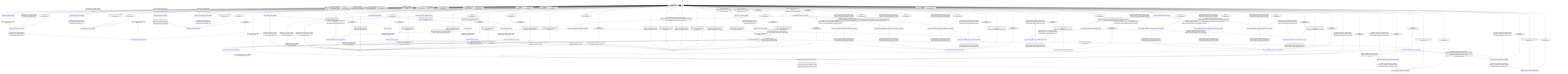
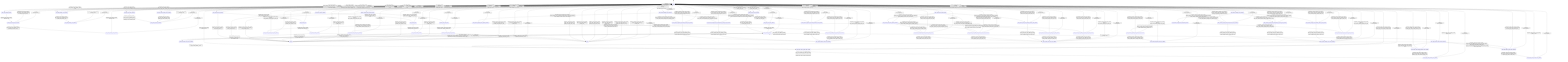
stateDiagram-v2
  direction TB
  [*] --> ready
  ready --> state_bind_storage_decision : bind_storage_runtime [guard_storage_bind_valid_without_mmap_resident_] / effect_bind_storage_
  ready --> state_bind_storage_error_decision : bind_storage_runtime [storage_bind_invalid_] / record_bind_storage_invalid_request_
  ready --> state_bind_storage_error_decision : bind_storage_runtime [guard_storage_bind_valid_with_mmap_resident_] / record_bind_storage_invalid_request_
  state_bind_storage_decision --> state_bind_storage_done_decision : completion_bind_storage_runtime_ [always] / none
  state_bind_storage_done_decision --> state_bind_storage_done_callback : completion_bind_storage_runtime_ [bind_storage_done_callback_present_] / publish_bind_storage_done_
  state_bind_storage_done_decision --> ready : completion_bind_storage_runtime_ [bind_storage_done_callback_absent_] / record_bind_storage_done_
  state_bind_storage_done_callback --> ready : completion_bind_storage_runtime_ [always] / none
  state_bind_storage_error_decision --> state_bind_storage_error_callback : completion_bind_storage_runtime_ [bind_storage_error_callback_present_] / publish_bind_storage_error_
  state_bind_storage_error_decision --> ready : completion_bind_storage_runtime_ [bind_storage_error_callback_absent_] / none
  state_bind_storage_error_callback --> ready : completion_bind_storage_runtime_ [always] / none
  state_awaiting_effects --> state_bind_storage_busy_error_callback : bind_storage_runtime [bind_storage_error_callback_present_] / publish_bind_storage_error_
  state_awaiting_effects --> state_awaiting_effects : bind_storage_runtime [bind_storage_error_callback_absent_] / record_bind_storage_invalid_request_
  state_bind_storage_busy_error_callback --> state_awaiting_effects : completion_bind_storage_runtime_ [always] / none
  ready --> state_plan_load_done_decision : plan_load_runtime [plan_load_valid_without_io_strategy_] / effect_plan_load_
  ready --> state_plan_load_done_decision : plan_load_runtime [plan_load_valid_with_io_strategy_] / effect_plan_io_load_
  ready --> state_plan_load_error_decision : plan_load_runtime [plan_load_invalid_request_] / none
  ready --> state_plan_load_capacity_error_decision : plan_load_runtime [plan_load_invalid_capacity_] / none
  state_plan_load_done_decision --> state_plan_load_done_callback : completion_plan_load_runtime_ [plan_load_done_callback_present_] / publish_plan_load_done_
  state_plan_load_done_decision --> state_awaiting_effects : completion_plan_load_runtime_ [plan_load_done_callback_absent_] / record_plan_load_done_
  state_plan_load_done_callback --> state_awaiting_effects : completion_plan_load_runtime_ [always] / none
  state_plan_load_error_decision --> state_plan_load_error_callback : completion_plan_load_runtime_ [plan_load_error_callback_present_] / publish_plan_load_invalid_request_
  state_plan_load_error_decision --> ready : completion_plan_load_runtime_ [plan_load_error_callback_absent_] / record_plan_load_invalid_request_
  state_plan_load_capacity_error_decision --> state_plan_load_error_callback : completion_plan_load_runtime_ [plan_load_error_callback_present_] / publish_plan_load_capacity_error_
  state_plan_load_capacity_error_decision --> ready : completion_plan_load_runtime_ [plan_load_error_callback_absent_] / record_plan_load_capacity_error_
  state_plan_load_error_callback --> ready : completion_plan_load_runtime_ [always] / none
  state_awaiting_effects --> state_apply_effect_results_request_decision : apply_effect_results_runtime [always] / none
  state_apply_effect_results_request_decision --> state_apply_effect_results_error_decision : completion_apply_effect_results_runtime_ [apply_results_invalid_] / none
  state_apply_effect_results_request_decision --> state_apply_effect_results_backend_error_decision : completion_apply_effect_results_runtime_ [apply_results_valid_with_effect_errors_] / none
  state_apply_effect_results_request_decision --> state_apply_effect_results_done_decision : completion_apply_effect_results_runtime_ [apply_results_valid_without_effect_errors_without_record_output_] / effect_apply_results_
  state_apply_effect_results_request_decision --> state_apply_effect_results_done_decision : completion_apply_effect_results_runtime_ [apply_results_valid_without_effect_errors_with_record_output_] / effect_apply_results_with_record_output_
  ready --> state_apply_effect_results_error_decision : apply_effect_results_runtime [always] / none
  state_apply_effect_results_done_decision --> state_apply_effect_results_done_callback : completion_apply_effect_results_runtime_ [apply_effect_results_done_callback_present_] / publish_apply_effect_results_done_
  state_apply_effect_results_done_decision --> ready : completion_apply_effect_results_runtime_ [apply_effect_results_done_callback_absent_] / record_apply_effect_results_done_
  state_apply_effect_results_done_callback --> ready : completion_apply_effect_results_runtime_ [always] / none
  state_apply_effect_results_error_decision --> state_apply_effect_results_error_callback : completion_apply_effect_results_runtime_ [apply_effect_results_error_callback_present_] / publish_apply_effect_results_invalid_request_
  state_apply_effect_results_error_decision --> ready : completion_apply_effect_results_runtime_ [apply_effect_results_error_callback_absent_] / record_apply_effect_results_invalid_request_
  state_apply_effect_results_backend_error_decision --> state_apply_effect_results_error_callback : completion_apply_effect_results_runtime_ [apply_effect_results_error_callback_present_] / publish_apply_effect_results_backend_error_
  state_apply_effect_results_backend_error_decision --> ready : completion_apply_effect_results_runtime_ [apply_effect_results_error_callback_absent_] / record_apply_effect_results_backend_error_
  state_apply_effect_results_error_callback --> ready : completion_apply_effect_results_runtime_ [always] / none
  ready --> bind_tensor_request_decision : bind_tensor_runtime [always] / begin_bind_tensor_
  bind_tensor_request_decision --> bind_tensor_exec : completion_bind_tensor_runtime_ [bind_tensor_request_valid_] / none
  bind_tensor_request_decision --> errored : completion_bind_tensor_runtime_ [bind_tensor_request_invalid_] / mark_invalid_request_
  bind_tensor_exec --> bind_tensor_result_decision : completion_bind_tensor_runtime_ [always] / exec_bind_tensor_
  bind_tensor_result_decision --> done : completion_bind_tensor_runtime_ [operation_succeeded_] / none
  bind_tensor_result_decision --> errored : completion_bind_tensor_runtime_ [operation_not_dispatched_] / mark_invalid_request_
  ready --> evict_tensor_request_decision : evict_tensor_runtime [always] / begin_evict_tensor_
  evict_tensor_request_decision --> evict_tensor_exec : completion_evict_tensor_runtime_ [evict_tensor_request_valid_] / none
  evict_tensor_request_decision --> errored : completion_evict_tensor_runtime_ [evict_tensor_request_invalid_] / mark_invalid_request_
  evict_tensor_exec --> evict_tensor_result_decision : completion_evict_tensor_runtime_ [always] / exec_evict_tensor_
  evict_tensor_result_decision --> done : completion_evict_tensor_runtime_ [operation_succeeded_] / none
  evict_tensor_result_decision --> errored : completion_evict_tensor_runtime_ [operation_not_dispatched_] / mark_invalid_request_
  ready --> capture_tensor_state_request_decision : capture_tensor_state_runtime [always] / begin_capture_tensor_state_
  capture_tensor_state_request_decision --> capture_tensor_state_exec : completion_capture_tensor_state_runtime_ [capture_tensor_state_request_valid_] / none
  capture_tensor_state_request_decision --> errored : completion_capture_tensor_state_runtime_ [capture_tensor_state_request_invalid_] / mark_invalid_request_
  capture_tensor_state_exec --> capture_tensor_state_result_decision : completion_capture_tensor_state_runtime_ [always] / exec_capture_tensor_state_
  capture_tensor_state_result_decision --> done : completion_capture_tensor_state_runtime_ [operation_succeeded_] / none
  capture_tensor_state_result_decision --> errored : completion_capture_tensor_state_runtime_ [operation_not_dispatched_] / mark_invalid_request_
  done --> ready : completion_bind_tensor_runtime_ [error_code_output_present_] / publish_done_with_error_code_
  done --> ready : completion_bind_tensor_runtime_ [error_code_output_absent_] / publish_done_
  errored --> ready : completion_bind_tensor_runtime_ [error_code_output_present_] / publish_error_with_error_code_
  errored --> ready : completion_bind_tensor_runtime_ [error_code_output_absent_] / publish_error_
  done --> ready : completion_evict_tensor_runtime_ [error_code_output_present_] / publish_done_with_error_code_
  done --> ready : completion_evict_tensor_runtime_ [error_code_output_absent_] / publish_done_
  errored --> ready : completion_evict_tensor_runtime_ [error_code_output_present_] / publish_error_with_error_code_
  errored --> ready : completion_evict_tensor_runtime_ [error_code_output_absent_] / publish_error_
  done --> ready : completion_capture_tensor_state_runtime_ [error_code_output_present_] / publish_done_with_error_code_
  done --> ready : completion_capture_tensor_state_runtime_ [error_code_output_absent_] / publish_done_
  errored --> ready : completion_capture_tensor_state_runtime_ [error_code_output_present_] / publish_error_with_error_code_
  errored --> ready : completion_capture_tensor_state_runtime_ [error_code_output_absent_] / publish_error_
  ready --> state_request_mapped_load_decision : request_mapped_load_runtime [always] / effect_begin_request_mapped_load_
  state_request_mapped_load_decision --> state_request_mapped_load_unsupported_io_mmap_error_decision : completion_request_mapped_load_runtime_ [request_mapped_load_io_mmap_absent_] / effect_mark_request_mapped_load_unsupported_io_mmap_
  state_request_mapped_load_decision --> state_request_mapped_load_invalid_request_error_decision : completion_request_mapped_load_runtime_ [request_mapped_load_io_mmap_present_request_invalid_] / effect_mark_request_mapped_load_invalid_request_
  state_request_mapped_load_decision --> state_request_mapped_load_already_resident_error_decision : completion_request_mapped_load_runtime_ [request_mapped_load_io_mmap_present_request_valid_already_resident_] / effect_mark_request_mapped_load_tensor_already_resident_
  state_request_mapped_load_decision --> state_request_mapped_load_dispatch_decision : completion_request_mapped_load_runtime_ [request_mapped_load_io_mmap_present_request_valid_tensor_unbound_] / effect_attempt_request_mapped_load_dispatch_
  state_request_mapped_load_dispatch_decision --> state_request_mapped_load_done_callback : completion_request_mapped_load_runtime_ [request_mapped_load_io_mmap_succeeded_] / effect_commit_request_mapped_load_
  state_request_mapped_load_dispatch_decision --> state_request_mapped_load_io_mmap_error_decision : completion_request_mapped_load_runtime_ [request_mapped_load_io_mmap_failed_] / effect_mark_request_mapped_load_io_mmap_failed_
  state_request_mapped_load_done_callback --> ready : completion_request_mapped_load_runtime_ [always] / effect_publish_request_mapped_load_done_
  state_request_mapped_load_invalid_request_error_decision --> state_request_mapped_load_error_callback : completion_request_mapped_load_runtime_ [request_mapped_load_error_callback_present_] / effect_publish_request_mapped_load_error_
  state_request_mapped_load_invalid_request_error_decision --> ready : completion_request_mapped_load_runtime_ [request_mapped_load_error_callback_absent_] / effect_record_request_mapped_load_error_
  state_request_mapped_load_unsupported_io_mmap_error_decision --> state_request_mapped_load_error_callback : completion_request_mapped_load_runtime_ [request_mapped_load_error_callback_present_] / effect_publish_request_mapped_load_error_
  state_request_mapped_load_unsupported_io_mmap_error_decision --> ready : completion_request_mapped_load_runtime_ [request_mapped_load_error_callback_absent_] / effect_record_request_mapped_load_error_
  state_request_mapped_load_already_resident_error_decision --> state_request_mapped_load_error_callback : completion_request_mapped_load_runtime_ [request_mapped_load_error_callback_present_] / effect_publish_request_mapped_load_error_
  state_request_mapped_load_already_resident_error_decision --> ready : completion_request_mapped_load_runtime_ [request_mapped_load_error_callback_absent_] / effect_record_request_mapped_load_error_
  state_request_mapped_load_io_mmap_error_decision --> state_request_mapped_load_error_callback : completion_request_mapped_load_runtime_ [request_mapped_load_error_callback_present_] / effect_publish_request_mapped_load_error_
  state_request_mapped_load_io_mmap_error_decision --> ready : completion_request_mapped_load_runtime_ [request_mapped_load_error_callback_absent_] / effect_record_request_mapped_load_error_
  state_request_mapped_load_error_callback --> ready : completion_request_mapped_load_runtime_ [always] / effect_record_request_mapped_load_error_
+   ready --> state_request_read_load_decision : request_read_load_runtime [always] / effect_begin_request_read_load_
+   state_request_read_load_decision --> state_request_read_load_unsupported_io_read_error_decision : completion_request_read_load_runtime_ [request_read_load_io_read_absent_] / effect_mark_request_read_load_unsupported_io_read_
+   state_request_read_load_decision --> state_request_read_load_invalid_request_error_decision : completion_request_read_load_runtime_ [request_read_load_io_read_present_request_invalid_] / effect_mark_request_read_load_invalid_request_
+   state_request_read_load_decision --> state_request_read_load_already_resident_error_decision : completion_request_read_load_runtime_ [request_read_load_io_read_present_request_valid_already_resident_] / effect_mark_request_read_load_tensor_already_resident_
+   state_request_read_load_decision --> state_request_read_load_dispatch_decision : completion_request_read_load_runtime_ [request_read_load_io_read_present_request_valid_tensor_unbound_] / effect_attempt_request_read_load_dispatch_
+   state_request_read_load_dispatch_decision --> state_request_read_load_done_callback : completion_request_read_load_runtime_ [request_read_load_io_read_succeeded_] / effect_commit_request_read_load_
+   state_request_read_load_dispatch_decision --> state_request_read_load_invalid_request_error_decision : completion_request_read_load_runtime_ [request_read_load_io_read_invalid_request_] / effect_mark_request_read_load_invalid_request_
+   state_request_read_load_dispatch_decision --> state_request_read_load_unsupported_io_read_error_decision : completion_request_read_load_runtime_ [request_read_load_io_read_unsupported_] / effect_mark_request_read_load_unsupported_io_read_
+   state_request_read_load_dispatch_decision --> state_request_read_load_io_read_file_open_error_decision : completion_request_read_load_runtime_ [request_read_load_io_read_file_open_failed_] / effect_mark_request_read_load_io_read_failed_
+   state_request_read_load_dispatch_decision --> state_request_read_load_io_read_file_read_error_decision : completion_request_read_load_runtime_ [request_read_load_io_read_file_read_or_other_failed_] / effect_mark_request_read_load_io_read_failed_
+   state_request_read_load_done_callback --> ready : completion_request_read_load_runtime_ [always] / effect_publish_request_read_load_done_
+   state_request_read_load_invalid_request_error_decision --> state_request_read_load_error_callback : completion_request_read_load_runtime_ [request_read_load_error_callback_present_] / effect_publish_request_read_load_error_
+   state_request_read_load_invalid_request_error_decision --> ready : completion_request_read_load_runtime_ [request_read_load_error_callback_absent_] / effect_record_request_read_load_error_
+   state_request_read_load_unsupported_io_read_error_decision --> state_request_read_load_error_callback : completion_request_read_load_runtime_ [request_read_load_error_callback_present_] / effect_publish_request_read_load_error_
+   state_request_read_load_unsupported_io_read_error_decision --> ready : completion_request_read_load_runtime_ [request_read_load_error_callback_absent_] / effect_record_request_read_load_error_
+   state_request_read_load_already_resident_error_decision --> state_request_read_load_error_callback : completion_request_read_load_runtime_ [request_read_load_error_callback_present_] / effect_publish_request_read_load_error_
+   state_request_read_load_already_resident_error_decision --> ready : completion_request_read_load_runtime_ [request_read_load_error_callback_absent_] / effect_record_request_read_load_error_
+   state_request_read_load_io_read_file_open_error_decision --> state_request_read_load_error_callback : completion_request_read_load_runtime_ [request_read_load_error_callback_present_] / effect_publish_request_read_load_error_
+   state_request_read_load_io_read_file_open_error_decision --> ready : completion_request_read_load_runtime_ [request_read_load_error_callback_absent_] / effect_record_request_read_load_error_
+   state_request_read_load_io_read_file_read_error_decision --> state_request_read_load_error_callback : completion_request_read_load_runtime_ [request_read_load_error_callback_present_] / effect_publish_request_read_load_error_
+   state_request_read_load_io_read_file_read_error_decision --> ready : completion_request_read_load_runtime_ [request_read_load_error_callback_absent_] / effect_record_request_read_load_error_
+   state_request_read_load_error_callback --> ready : completion_request_read_load_runtime_ [always] / effect_record_request_read_load_error_
  ready --> state_release_mapped_load_decision : release_mapped_load_runtime [always] / effect_begin_release_mapped_load_
  state_release_mapped_load_decision --> state_release_mapped_load_unsupported_io_mmap_error_decision : completion_release_mapped_load_runtime_ [release_mapped_load_io_mmap_absent_] / effect_mark_release_mapped_load_unsupported_io_mmap_
  state_release_mapped_load_decision --> state_release_mapped_load_invalid_request_error_decision : completion_release_mapped_load_runtime_ [release_mapped_load_io_mmap_present_request_invalid_] / effect_mark_release_mapped_load_invalid_request_
  state_release_mapped_load_decision --> state_release_mapped_load_handle_absent_error_decision : completion_release_mapped_load_runtime_ [release_mapped_load_io_mmap_present_request_valid_handle_absent_] / effect_mark_release_mapped_load_handle_absent_
  state_release_mapped_load_decision --> state_release_mapped_load_dispatch_decision : completion_release_mapped_load_runtime_ [release_mapped_load_io_mmap_present_request_valid_handle_present_] / effect_attempt_release_mapped_load_dispatch_
  state_release_mapped_load_dispatch_decision --> state_release_mapped_load_publish_done_decision : completion_release_mapped_load_runtime_ [release_mapped_load_io_mmap_succeeded_] / effect_commit_release_mapped_load_
  state_release_mapped_load_dispatch_decision --> state_release_mapped_load_io_mmap_error_decision : completion_release_mapped_load_runtime_ [release_mapped_load_io_mmap_failed_] / effect_mark_release_mapped_load_io_mmap_failed_
  state_release_mapped_load_publish_done_decision --> state_release_mapped_load_done_callback : completion_release_mapped_load_runtime_ [release_mapped_load_done_callback_present_] / effect_publish_release_mapped_load_done_
  state_release_mapped_load_publish_done_decision --> ready : completion_release_mapped_load_runtime_ [release_mapped_load_done_callback_absent_] / effect_record_release_mapped_load_done_
  state_release_mapped_load_done_callback --> ready : completion_release_mapped_load_runtime_ [always] / effect_record_release_mapped_load_done_
  state_release_mapped_load_invalid_request_error_decision --> state_release_mapped_load_error_callback : completion_release_mapped_load_runtime_ [release_mapped_load_error_callback_present_] / effect_publish_release_mapped_load_error_
  state_release_mapped_load_invalid_request_error_decision --> ready : completion_release_mapped_load_runtime_ [release_mapped_load_error_callback_absent_] / effect_record_release_mapped_load_error_
  state_release_mapped_load_unsupported_io_mmap_error_decision --> state_release_mapped_load_error_callback : completion_release_mapped_load_runtime_ [release_mapped_load_error_callback_present_] / effect_publish_release_mapped_load_error_
  state_release_mapped_load_unsupported_io_mmap_error_decision --> ready : completion_release_mapped_load_runtime_ [release_mapped_load_error_callback_absent_] / effect_record_release_mapped_load_error_
  state_release_mapped_load_handle_absent_error_decision --> state_release_mapped_load_error_callback : completion_release_mapped_load_runtime_ [release_mapped_load_error_callback_present_] / effect_publish_release_mapped_load_error_
  state_release_mapped_load_handle_absent_error_decision --> ready : completion_release_mapped_load_runtime_ [release_mapped_load_error_callback_absent_] / effect_record_release_mapped_load_error_
  state_release_mapped_load_io_mmap_error_decision --> state_release_mapped_load_error_callback : completion_release_mapped_load_runtime_ [release_mapped_load_error_callback_present_] / effect_publish_release_mapped_load_error_
  state_release_mapped_load_io_mmap_error_decision --> ready : completion_release_mapped_load_runtime_ [release_mapped_load_error_callback_absent_] / effect_record_release_mapped_load_error_
  state_release_mapped_load_error_callback --> ready : completion_release_mapped_load_runtime_ [always] / effect_record_release_mapped_load_error_
  ready --> ready : _ [always] / on_unexpected_
  state_bind_storage_decision --> ready : _ [always] / on_unexpected_
  state_bind_storage_done_decision --> ready : _ [always] / on_unexpected_
  state_bind_storage_done_callback --> ready : _ [always] / on_unexpected_
  state_bind_storage_error_decision --> ready : _ [always] / on_unexpected_
  state_bind_storage_error_callback --> ready : _ [always] / on_unexpected_
  state_bind_storage_busy_error_callback --> state_awaiting_effects : _ [always] / on_unexpected_
  state_plan_load_done_decision --> ready : _ [always] / on_unexpected_
  state_plan_load_done_callback --> ready : _ [always] / on_unexpected_
  state_plan_load_error_decision --> ready : _ [always] / on_unexpected_
  state_plan_load_capacity_error_decision --> ready : _ [always] / on_unexpected_
  state_plan_load_error_callback --> ready : _ [always] / on_unexpected_
  state_awaiting_effects --> ready : _ [always] / on_unexpected_
  state_apply_effect_results_request_decision --> ready : _ [always] / on_unexpected_
  state_apply_effect_results_done_decision --> ready : _ [always] / on_unexpected_
  state_apply_effect_results_done_callback --> ready : _ [always] / on_unexpected_
  state_apply_effect_results_error_decision --> ready : _ [always] / on_unexpected_
  state_apply_effect_results_backend_error_decision --> ready : _ [always] / on_unexpected_
  state_apply_effect_results_error_callback --> ready : _ [always] / on_unexpected_
  bind_tensor_request_decision --> ready : _ [always] / on_unexpected_
  bind_tensor_exec --> ready : _ [always] / on_unexpected_
  bind_tensor_result_decision --> ready : _ [always] / on_unexpected_
  evict_tensor_request_decision --> ready : _ [always] / on_unexpected_
  evict_tensor_exec --> ready : _ [always] / on_unexpected_
  evict_tensor_result_decision --> ready : _ [always] / on_unexpected_
  capture_tensor_state_request_decision --> ready : _ [always] / on_unexpected_
  capture_tensor_state_exec --> ready : _ [always] / on_unexpected_
  capture_tensor_state_result_decision --> ready : _ [always] / on_unexpected_
  done --> ready : _ [always] / on_unexpected_
  errored --> ready : _ [always] / on_unexpected_
  state_request_mapped_load_decision --> ready : _ [always] / on_unexpected_
  state_request_mapped_load_dispatch_decision --> ready : _ [always] / on_unexpected_
  state_request_mapped_load_done_callback --> ready : _ [always] / on_unexpected_
  state_request_mapped_load_invalid_request_error_decision --> ready : _ [always] / on_unexpected_
  state_request_mapped_load_unsupported_io_mmap_error_decision --> ready : _ [always] / on_unexpected_
  state_request_mapped_load_already_resident_error_decision --> ready : _ [always] / on_unexpected_
  state_request_mapped_load_io_mmap_error_decision --> ready : _ [always] / on_unexpected_
  state_request_mapped_load_error_callback --> ready : _ [always] / on_unexpected_
+   state_request_read_load_decision --> ready : _ [always] / on_unexpected_
+   state_request_read_load_dispatch_decision --> ready : _ [always] / on_unexpected_
+   state_request_read_load_done_callback --> ready : _ [always] / on_unexpected_
+   state_request_read_load_invalid_request_error_decision --> ready : _ [always] / on_unexpected_
+   state_request_read_load_unsupported_io_read_error_decision --> ready : _ [always] / on_unexpected_
+   state_request_read_load_already_resident_error_decision --> ready : _ [always] / on_unexpected_
+   state_request_read_load_io_read_file_open_error_decision --> ready : _ [always] / on_unexpected_
+   state_request_read_load_io_read_file_read_error_decision --> ready : _ [always] / on_unexpected_
+   state_request_read_load_error_callback --> ready : _ [always] / on_unexpected_
  state_release_mapped_load_decision --> ready : _ [always] / on_unexpected_
  state_release_mapped_load_dispatch_decision --> ready : _ [always] / on_unexpected_
  state_release_mapped_load_publish_done_decision --> ready : _ [always] / on_unexpected_
  state_release_mapped_load_done_callback --> ready : _ [always] / on_unexpected_
  state_release_mapped_load_invalid_request_error_decision --> ready : _ [always] / on_unexpected_
  state_release_mapped_load_unsupported_io_mmap_error_decision --> ready : _ [always] / on_unexpected_
  state_release_mapped_load_handle_absent_error_decision --> ready : _ [always] / on_unexpected_
  state_release_mapped_load_io_mmap_error_decision --> ready : _ [always] / on_unexpected_
  state_release_mapped_load_error_callback --> ready : _ [always] / on_unexpected_
